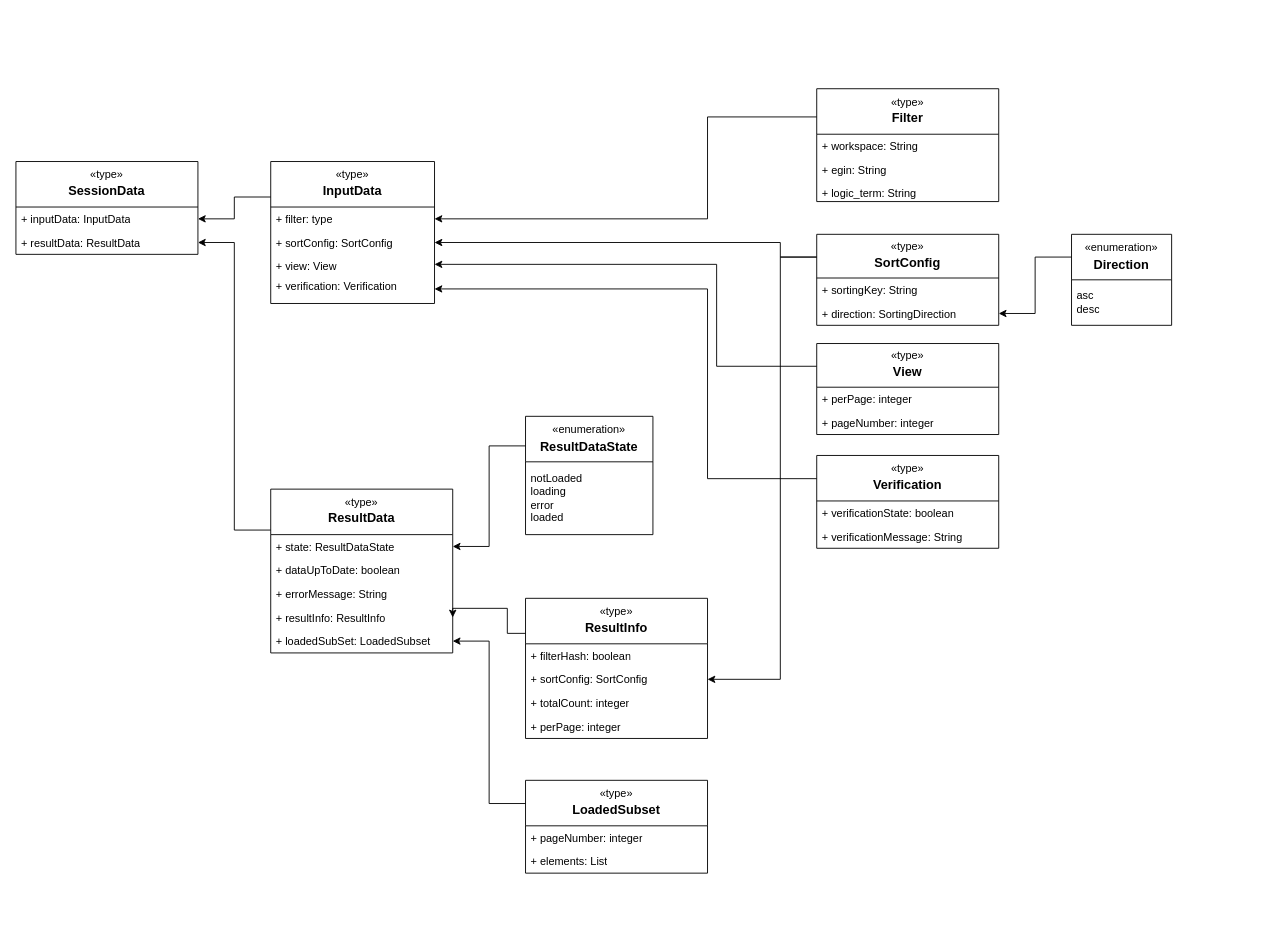
Skouldog/SwissDRG-documentation keeps this draw.io diagram as Dokumentation/frontend/Diagramme/SessionData.drawio. Above is the earlier version. Source tidied: cells renumbered, new cells numbered last; positions are measured from the earlier drawing's top-left corner, leaving out a move shared by most shapes. Both pictures are drawn from the tidied source at 91%, with x=0, y=0 at pixel (15, 88).
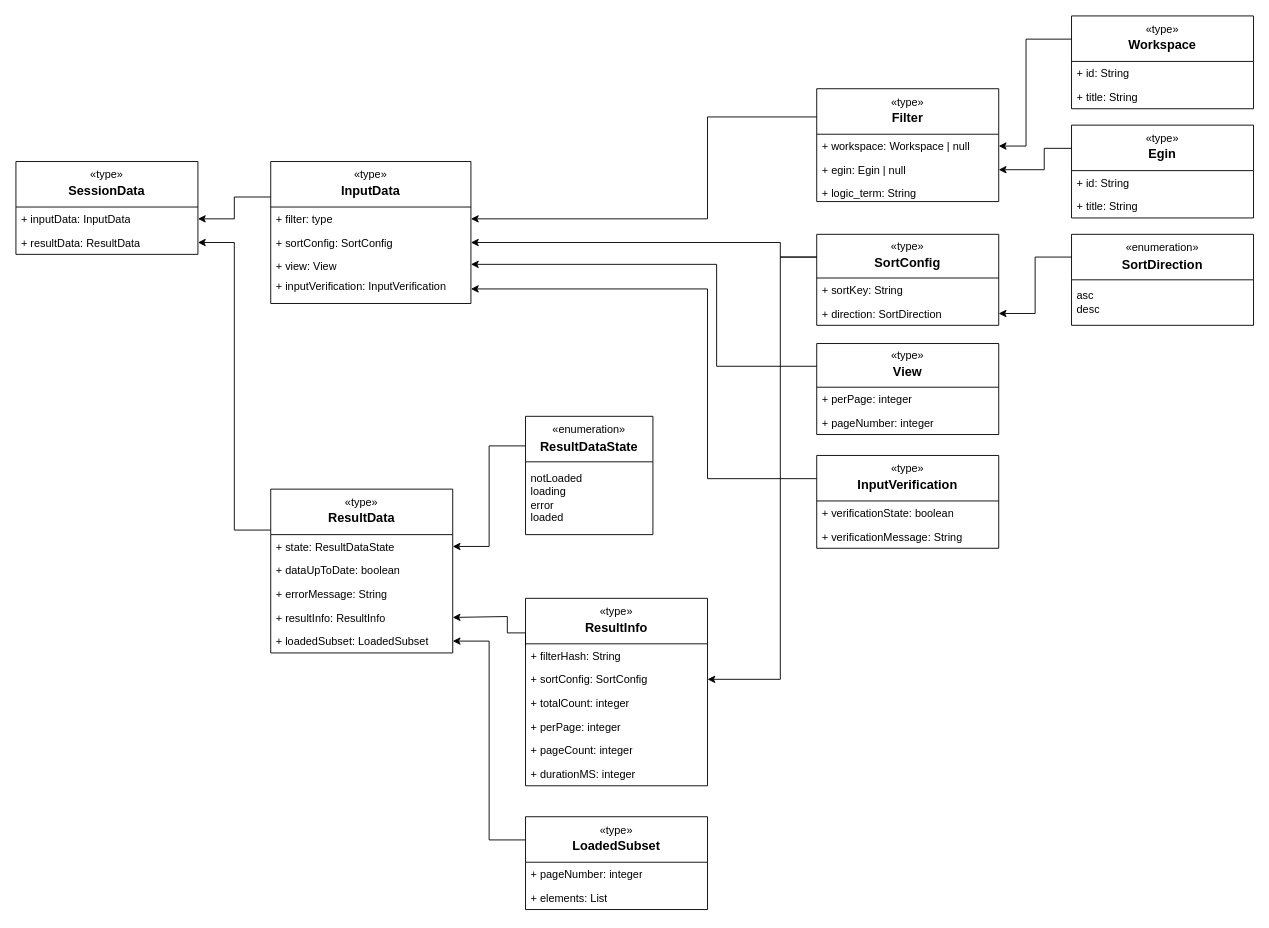
After the change.

Unchanged cells that the change refers to:
```xml
<mxCell id="12" value="«type»&lt;br&gt;&lt;div style=&quot;line-height: 19.200001px;&quot;&gt;&lt;b style=&quot;line-height: 19.200001px;&quot;&gt;&lt;font style=&quot;font-size: 14px;&quot;&gt;ResultData&lt;/font&gt;&lt;/b&gt;&lt;/div&gt;" style="swimlane;fontStyle=0;horizontal=1;startSize=50;fillColor=none;whiteSpace=wrap;html=1;" parent="1" vertex="1">
  <mxGeometry x="280" y="440" width="200" height="180" as="geometry" />
</mxCell>
<mxCell id="16" value="+ resultInfo: ResultInfo" style="text;strokeColor=none;fillColor=none;align=left;verticalAlign=top;spacingLeft=4;spacingRight=4;overflow=hidden;points=[[0,0.5],[1,0.5]];portConstraint=eastwest;whiteSpace=wrap;html=1;" parent="12" vertex="1">
  <mxGeometry y="128" width="200" height="26" as="geometry" />
</mxCell>
<mxCell id="19" value="«type»&lt;br&gt;&lt;div style=&quot;line-height: 19.200001px;&quot;&gt;&lt;b style=&quot;line-height: 19.200001px;&quot;&gt;&lt;font style=&quot;font-size: 14px;&quot;&gt;Filter&lt;/font&gt;&lt;/b&gt;&lt;/div&gt;" style="swimlane;fontStyle=0;horizontal=1;startSize=50;fillColor=none;whiteSpace=wrap;html=1;" parent="1" vertex="1">
  <mxGeometry x="880" width="200" height="124" as="geometry" />
</mxCell>
<mxCell id="25" value="«type»&lt;br&gt;&lt;div style=&quot;line-height: 19.200001px;&quot;&gt;&lt;b style=&quot;line-height: 19.200001px;&quot;&gt;&lt;font style=&quot;font-size: 14px;&quot;&gt;SortConfig&lt;/font&gt;&lt;/b&gt;&lt;/div&gt;" style="swimlane;fontStyle=0;horizontal=1;startSize=48;fillColor=none;whiteSpace=wrap;html=1;" parent="1" vertex="1">
  <mxGeometry x="880" y="160" width="200" height="100" as="geometry" />
</mxCell>
```

Diff of the diagram source:
```diff
@@
     <mxCell id="6" value="«type»&lt;br&gt;&lt;div style=&quot;line-height: 19.200001px;&quot;&gt;&lt;b style=&quot;line-height: 19.200001px;&quot;&gt;&lt;font style=&quot;font-size: 14px;&quot;&gt;InputData&lt;/font&gt;&lt;/b&gt;&lt;/div&gt;" style="swimlane;fontStyle=0;horizontal=1;startSize=50;fillColor=none;whiteSpace=wrap;html=1;" parent="1" vertex="1">
-      <mxGeometry x="280" y="80" width="180" height="156" as="geometry" />
+      <mxGeometry x="280" y="80" width="220" height="156" as="geometry" />
     </mxCell>
     <mxCell id="7" value="+ filter: type" style="text;strokeColor=none;fillColor=none;align=left;verticalAlign=top;spacingLeft=4;spacingRight=4;overflow=hidden;points=[[0,0.5],[1,0.5]];portConstraint=eastwest;whiteSpace=wrap;html=1;" parent="6" vertex="1">
-      <mxGeometry y="50" width="180" height="26" as="geometry" />
+      <mxGeometry y="50" width="220" height="26" as="geometry" />
     </mxCell>
     <mxCell id="8" value="+ sortConfig: SortConfig" style="text;strokeColor=none;fillColor=none;align=left;verticalAlign=top;spacingLeft=4;spacingRight=4;overflow=hidden;points=[[0,0.5],[1,0.5]];portConstraint=eastwest;whiteSpace=wrap;html=1;" parent="6" vertex="1">
-      <mxGeometry y="76" width="180" height="26" as="geometry" />
+      <mxGeometry y="76" width="220" height="26" as="geometry" />
     </mxCell>
     <mxCell id="9" value="+ view: View" style="text;strokeColor=none;fillColor=none;align=left;verticalAlign=top;spacingLeft=4;spacingRight=4;overflow=hidden;points=[[0,0.5],[1,0.5]];portConstraint=eastwest;whiteSpace=wrap;html=1;" parent="6" vertex="1">
-      <mxGeometry y="102" width="180" height="22" as="geometry" />
+      <mxGeometry y="102" width="220" height="22" as="geometry" />
     </mxCell>
-    <mxCell id="10" value="+ verification: Verification" style="text;strokeColor=none;fillColor=none;align=left;verticalAlign=top;spacingLeft=4;spacingRight=4;overflow=hidden;points=[[0,0.5],[1,0.5]];portConstraint=eastwest;whiteSpace=wrap;html=1;" parent="6" vertex="1">
-      <mxGeometry y="124" width="180" height="32" as="geometry" />
-    </mxCell>
+    <mxCell id="52" value="+ inputVerification: InputVerification" style="text;strokeColor=none;fillColor=none;align=left;verticalAlign=top;spacingLeft=4;spacingRight=4;overflow=hidden;points=[[0,0.5],[1,0.5]];portConstraint=eastwest;whiteSpace=wrap;html=1;" parent="6" vertex="1">
+      <mxGeometry y="124" width="220" height="32" as="geometry" />
+    </mxCell>
@@
-    <mxCell id="17" value="+ loadedSubSet: LoadedSubset" style="text;strokeColor=none;fillColor=none;align=left;verticalAlign=top;spacingLeft=4;spacingRight=4;overflow=hidden;points=[[0,0.5],[1,0.5]];portConstraint=eastwest;whiteSpace=wrap;html=1;" parent="12" vertex="1">
-      <mxGeometry y="154" width="200" height="26" as="geometry" />
-    </mxCell>
+    <mxCell id="53" value="+ loadedSubset: LoadedSubset" style="text;strokeColor=none;fillColor=none;align=left;verticalAlign=top;spacingLeft=4;spacingRight=4;overflow=hidden;points=[[0,0.5],[1,0.5]];portConstraint=eastwest;whiteSpace=wrap;html=1;" parent="12" vertex="1">
+      <mxGeometry y="154" width="200" height="26" as="geometry" />
+    </mxCell>
@@
-    <mxCell id="20" value="+ workspace: String" style="text;strokeColor=none;fillColor=none;align=left;verticalAlign=top;spacingLeft=4;spacingRight=4;overflow=hidden;whiteSpace=wrap;html=1;" parent="19" vertex="1">
-      <mxGeometry y="50" width="200" height="26" as="geometry" />
-    </mxCell>
-    <mxCell id="21" value="+ egin: String" style="text;strokeColor=none;fillColor=none;align=left;verticalAlign=top;spacingLeft=4;spacingRight=4;overflow=hidden;whiteSpace=wrap;html=1;" parent="19" vertex="1">
-      <mxGeometry y="76" width="200" height="26" as="geometry" />
-    </mxCell>
+    <mxCell id="54" value="+ workspace: Workspace | null" style="text;strokeColor=none;fillColor=none;align=left;verticalAlign=top;spacingLeft=4;spacingRight=4;overflow=hidden;points=[[0,0.5],[1,0.5]];portConstraint=eastwest;whiteSpace=wrap;html=1;" parent="19" vertex="1">
+      <mxGeometry y="50" width="200" height="26" as="geometry" />
+    </mxCell>
+    <mxCell id="55" value="+ egin: Egin | null" style="text;strokeColor=none;fillColor=none;align=left;verticalAlign=top;spacingLeft=4;spacingRight=4;overflow=hidden;points=[[0,0.5],[1,0.5]];portConstraint=eastwest;whiteSpace=wrap;html=1;" parent="19" vertex="1">
+      <mxGeometry y="76" width="200" height="26" as="geometry" />
+    </mxCell>
@@
-    <mxCell id="26" value="+ sortingKey: String" style="text;strokeColor=none;fillColor=none;align=left;verticalAlign=top;spacingLeft=4;spacingRight=4;overflow=hidden;whiteSpace=wrap;html=1;" parent="25" vertex="1">
-      <mxGeometry y="48" width="200" height="26" as="geometry" />
-    </mxCell>
-    <mxCell id="27" value="+ direction: SortingDirection" style="text;strokeColor=none;fillColor=none;align=left;verticalAlign=top;spacingLeft=4;spacingRight=4;overflow=hidden;points=[[0,0.5],[1,0.5]];portConstraint=eastwest;whiteSpace=wrap;html=1;" parent="25" vertex="1">
-      <mxGeometry y="74" width="200" height="26" as="geometry" />
-    </mxCell>
+    <mxCell id="56" value="+ sortKey: String" style="text;strokeColor=none;fillColor=none;align=left;verticalAlign=top;spacingLeft=4;spacingRight=4;overflow=hidden;whiteSpace=wrap;html=1;" parent="25" vertex="1">
+      <mxGeometry y="48" width="200" height="26" as="geometry" />
+    </mxCell>
+    <mxCell id="57" value="+ direction: SortDirection" style="text;strokeColor=none;fillColor=none;align=left;verticalAlign=top;spacingLeft=4;spacingRight=4;overflow=hidden;points=[[0,0.5],[1,0.5]];portConstraint=eastwest;whiteSpace=wrap;html=1;" parent="25" vertex="1">
+      <mxGeometry y="74" width="200" height="26" as="geometry" />
+    </mxCell>
@@
-    <mxCell id="32" style="edgeStyle=orthogonalEdgeStyle;rounded=0;jettySize=auto;html=1;exitX=0;exitY=0.25;exitDx=0;exitDy=0;" parent="1" edge="1" source="33" target="10">
-      <mxGeometry relative="1" as="geometry">
-        <Array as="points">
-          <mxPoint x="760" y="429" />
-          <mxPoint x="760" y="220" />
-        </Array>
-      </mxGeometry>
-    </mxCell>
-    <mxCell id="33" value="«type»&lt;br&gt;&lt;div style=&quot;line-height: 19.200001px;&quot;&gt;&lt;b style=&quot;line-height: 19.200001px;&quot;&gt;&lt;font style=&quot;font-size: 14px;&quot;&gt;Verification&lt;/font&gt;&lt;/b&gt;&lt;/div&gt;" style="swimlane;fontStyle=0;horizontal=1;startSize=50;fillColor=none;whiteSpace=wrap;html=1;" parent="1" vertex="1">
-      <mxGeometry x="880" y="403" width="200" height="102" as="geometry" />
-    </mxCell>
+    <mxCell id="58" style="edgeStyle=orthogonalEdgeStyle;rounded=0;jettySize=auto;html=1;exitX=0;exitY=0.25;exitDx=0;exitDy=0;" parent="1" edge="1" source="59" target="52">
+      <mxGeometry relative="1" as="geometry">
+        <Array as="points">
+          <mxPoint x="760" y="429" />
+          <mxPoint x="760" y="220" />
+        </Array>
+      </mxGeometry>
+    </mxCell>
+    <mxCell id="59" value="«type»&lt;br&gt;&lt;div style=&quot;line-height: 19.200001px;&quot;&gt;&lt;b style=&quot;line-height: 19.200001px;&quot;&gt;&lt;font style=&quot;font-size: 14px;&quot;&gt;InputVerification&lt;/font&gt;&lt;/b&gt;&lt;/div&gt;" style="swimlane;fontStyle=0;horizontal=1;startSize=50;fillColor=none;whiteSpace=wrap;html=1;" parent="1" vertex="1">
+      <mxGeometry x="880" y="403" width="200" height="102" as="geometry" />
+    </mxCell>
-    <mxCell id="34" value="+ verificationState: boolean" style="text;strokeColor=none;fillColor=none;align=left;verticalAlign=top;spacingLeft=4;spacingRight=4;overflow=hidden;whiteSpace=wrap;html=1;" parent="33" vertex="1">
+    <mxCell id="34" value="+ verificationState: boolean" style="text;strokeColor=none;fillColor=none;align=left;verticalAlign=top;spacingLeft=4;spacingRight=4;overflow=hidden;whiteSpace=wrap;html=1;" parent="59" vertex="1">
       <mxGeometry y="50" width="200" height="26" as="geometry" />
     </mxCell>
-    <mxCell id="35" value="+ verificationMessage: String" style="text;strokeColor=none;fillColor=none;align=left;verticalAlign=top;spacingLeft=4;spacingRight=4;overflow=hidden;whiteSpace=wrap;html=1;" parent="33" vertex="1">
+    <mxCell id="35" value="+ verificationMessage: String" style="text;strokeColor=none;fillColor=none;align=left;verticalAlign=top;spacingLeft=4;spacingRight=4;overflow=hidden;whiteSpace=wrap;html=1;" parent="59" vertex="1">
       <mxGeometry y="76" width="200" height="26" as="geometry" />
     </mxCell>
-    <mxCell id="36" style="edgeStyle=orthogonalEdgeStyle;rounded=0;jettySize=auto;html=1;exitX=0;exitY=0.25;exitDx=0;exitDy=0;entryX=1;entryY=0.5;entryDx=0;entryDy=0;" parent="1" edge="1" source="37" target="27">
-      <mxGeometry relative="1" as="geometry" />
-    </mxCell>
-    <mxCell id="37" value="&lt;div style=&quot;line-height: 160%;&quot;&gt;«enumeration»&lt;br&gt;&lt;div style=&quot;line-height: 160%;&quot;&gt;&lt;b style=&quot;line-height: 160%;&quot;&gt;&lt;font style=&quot;font-size: 14px;&quot;&gt;Direction&lt;/font&gt;&lt;/b&gt;&lt;/div&gt;&lt;/div&gt;" style="swimlane;fontStyle=0;horizontal=1;startSize=50;fillColor=none;whiteSpace=wrap;html=1;" parent="1" vertex="1">
-      <mxGeometry x="1160" y="160" width="110" height="100" as="geometry" />
-    </mxCell>
+    <mxCell id="60" style="edgeStyle=orthogonalEdgeStyle;rounded=0;jettySize=auto;html=1;exitX=0;exitY=0.25;exitDx=0;exitDy=0;entryX=1;entryY=0.5;entryDx=0;entryDy=0;" parent="1" edge="1" source="61" target="57">
+      <mxGeometry relative="1" as="geometry" />
+    </mxCell>
+    <mxCell id="61" value="&lt;div style=&quot;line-height: 160%;&quot;&gt;«enumeration»&lt;br&gt;&lt;div style=&quot;line-height: 160%;&quot;&gt;&lt;b style=&quot;line-height: 160%;&quot;&gt;&lt;font style=&quot;font-size: 14px;&quot;&gt;SortDirection&lt;/font&gt;&lt;/b&gt;&lt;/div&gt;&lt;/div&gt;" style="swimlane;fontStyle=0;horizontal=1;startSize=50;fillColor=none;whiteSpace=wrap;html=1;" parent="1" vertex="1">
+      <mxGeometry x="1160" y="160" width="200" height="100" as="geometry" />
+    </mxCell>
-    <mxCell id="38" value="asc&lt;div&gt;desc&lt;/div&gt;" style="text;strokeColor=none;fillColor=none;align=left;verticalAlign=middle;spacingLeft=4;spacingRight=4;overflow=hidden;whiteSpace=wrap;html=1;" parent="37" vertex="1">
-      <mxGeometry y="50" width="110" height="50" as="geometry" />
+    <mxCell id="38" value="asc&lt;div&gt;desc&lt;/div&gt;" style="text;strokeColor=none;fillColor=none;align=left;verticalAlign=middle;spacingLeft=4;spacingRight=4;overflow=hidden;whiteSpace=wrap;html=1;" parent="61" vertex="1">
+      <mxGeometry y="50" width="200" height="50" as="geometry" />
     </mxCell>
@@
     <mxCell id="42" style="edgeStyle=orthogonalEdgeStyle;rounded=0;jettySize=auto;html=1;exitX=0;exitY=0.25;exitDx=0;exitDy=0;entryX=1;entryY=0.5;entryDx=0;entryDy=0;" parent="1" edge="1" source="43" target="16">
       <mxGeometry relative="1" as="geometry">
         <Array as="points">
           <mxPoint x="540" y="598" />
-          <mxPoint x="540" y="571" />
+          <mxPoint x="540" y="580" />
+          <mxPoint x="480" y="580" />
         </Array>
       </mxGeometry>
     </mxCell>
     <mxCell id="43" value="«type»&lt;br&gt;&lt;div style=&quot;line-height: 19.200001px;&quot;&gt;&lt;b style=&quot;line-height: 19.200001px;&quot;&gt;&lt;font style=&quot;font-size: 14px;&quot;&gt;ResultInfo&lt;/font&gt;&lt;/b&gt;&lt;/div&gt;" style="swimlane;fontStyle=0;horizontal=1;startSize=50;fillColor=none;whiteSpace=wrap;html=1;" parent="1" vertex="1">
-      <mxGeometry x="560" y="560" width="200" height="154" as="geometry" />
+      <mxGeometry x="560" y="560" width="200" height="206" as="geometry" />
     </mxCell>
-    <mxCell id="44" value="+ filterHash: boolean" style="text;strokeColor=none;fillColor=none;align=left;verticalAlign=top;spacingLeft=4;spacingRight=4;overflow=hidden;whiteSpace=wrap;html=1;" parent="43" vertex="1">
-      <mxGeometry y="50" width="200" height="26" as="geometry" />
-    </mxCell>
+    <mxCell id="62" value="+ filterHash: String" style="text;strokeColor=none;fillColor=none;align=left;verticalAlign=top;spacingLeft=4;spacingRight=4;overflow=hidden;whiteSpace=wrap;html=1;" parent="43" vertex="1">
+      <mxGeometry y="50" width="200" height="26" as="geometry" />
+    </mxCell>
@@
-    <mxCell id="48" style="edgeStyle=orthogonalEdgeStyle;rounded=0;jettySize=auto;html=1;exitX=0;exitY=0.25;exitDx=0;exitDy=0;" parent="1" edge="1" source="49" target="17">
-      <mxGeometry relative="1" as="geometry" />
-    </mxCell>
+    <mxCell id="63" value="+ pageCount: integer" style="text;strokeColor=none;fillColor=none;align=left;verticalAlign=top;spacingLeft=4;spacingRight=4;overflow=hidden;whiteSpace=wrap;html=1;" parent="43" vertex="1">
+      <mxGeometry y="154" width="200" height="26" as="geometry" />
+    </mxCell>
+    <mxCell id="64" value="+ durationMS: integer" style="text;strokeColor=none;fillColor=none;align=left;verticalAlign=top;spacingLeft=4;spacingRight=4;overflow=hidden;whiteSpace=wrap;html=1;" parent="43" vertex="1">
+      <mxGeometry y="180" width="200" height="26" as="geometry" />
+    </mxCell>
+    <mxCell id="65" style="edgeStyle=orthogonalEdgeStyle;rounded=0;jettySize=auto;html=1;exitX=0;exitY=0.25;exitDx=0;exitDy=0;" parent="1" edge="1" source="49" target="53">
+      <mxGeometry relative="1" as="geometry" />
+    </mxCell>
     <mxCell id="49" value="«type»&lt;br&gt;&lt;div style=&quot;line-height: 19.200001px;&quot;&gt;&lt;span style=&quot;text-align: left;&quot;&gt;&lt;font style=&quot;font-size: 14px;&quot;&gt;&lt;b&gt;LoadedSubset&lt;/b&gt;&lt;/font&gt;&lt;/span&gt;&lt;br&gt;&lt;/div&gt;" style="swimlane;fontStyle=0;horizontal=1;startSize=50;fillColor=none;whiteSpace=wrap;html=1;" parent="1" vertex="1">
-      <mxGeometry x="560" y="760" width="200" height="102" as="geometry" />
+      <mxGeometry x="560" y="800" width="200" height="102" as="geometry" />
     </mxCell>
@@
+    <mxCell id="66" style="edgeStyle=orthogonalEdgeStyle;rounded=0;jettySize=auto;html=1;exitX=0;exitY=0.25;exitDx=0;exitDy=0;" parent="1" edge="1" source="67" target="54">
+      <mxGeometry relative="1" as="geometry">
+        <Array as="points">
+          <mxPoint x="1110" y="-55" />
+          <mxPoint x="1110" y="63" />
+        </Array>
+      </mxGeometry>
+    </mxCell>
+    <mxCell id="67" value="«type»&lt;br&gt;&lt;div style=&quot;line-height: 19.200001px;&quot;&gt;&lt;b style=&quot;line-height: 19.200001px;&quot;&gt;&lt;font style=&quot;font-size: 14px;&quot;&gt;Workspace&lt;/font&gt;&lt;/b&gt;&lt;/div&gt;" style="swimlane;fontStyle=0;horizontal=1;startSize=50;fillColor=none;whiteSpace=wrap;html=1;" parent="1" vertex="1">
+      <mxGeometry x="1160" y="-80" width="200" height="102" as="geometry" />
+    </mxCell>
+    <mxCell id="68" value="+ id: String" style="text;strokeColor=none;fillColor=none;align=left;verticalAlign=top;spacingLeft=4;spacingRight=4;overflow=hidden;whiteSpace=wrap;html=1;" parent="67" vertex="1">
+      <mxGeometry y="50" width="200" height="26" as="geometry" />
+    </mxCell>
+    <mxCell id="69" value="+ title: String" style="text;strokeColor=none;fillColor=none;align=left;verticalAlign=top;spacingLeft=4;spacingRight=4;overflow=hidden;whiteSpace=wrap;html=1;" parent="67" vertex="1">
+      <mxGeometry y="76" width="200" height="26" as="geometry" />
+    </mxCell>
+    <mxCell id="70" style="edgeStyle=orthogonalEdgeStyle;rounded=0;jettySize=auto;html=1;exitX=0;exitY=0.25;exitDx=0;exitDy=0;" parent="1" edge="1" source="71" target="55">
+      <mxGeometry relative="1" as="geometry">
+        <Array as="points">
+          <mxPoint x="1130" y="65" />
+          <mxPoint x="1130" y="89" />
+        </Array>
+      </mxGeometry>
+    </mxCell>
+    <mxCell id="71" value="«type»&lt;br&gt;&lt;div style=&quot;line-height: 19.200001px;&quot;&gt;&lt;b style=&quot;line-height: 19.200001px;&quot;&gt;&lt;font style=&quot;font-size: 14px;&quot;&gt;Egin&lt;/font&gt;&lt;/b&gt;&lt;/div&gt;" style="swimlane;fontStyle=0;horizontal=1;startSize=50;fillColor=none;whiteSpace=wrap;html=1;" parent="1" vertex="1">
+      <mxGeometry x="1160" y="40" width="200" height="102" as="geometry" />
+    </mxCell>
+    <mxCell id="72" value="+ id: String" style="text;strokeColor=none;fillColor=none;align=left;verticalAlign=top;spacingLeft=4;spacingRight=4;overflow=hidden;whiteSpace=wrap;html=1;" parent="71" vertex="1">
+      <mxGeometry y="50" width="200" height="26" as="geometry" />
+    </mxCell>
+    <mxCell id="73" value="+ title: String" style="text;strokeColor=none;fillColor=none;align=left;verticalAlign=top;spacingLeft=4;spacingRight=4;overflow=hidden;whiteSpace=wrap;html=1;" parent="71" vertex="1">
+      <mxGeometry y="76" width="200" height="26" as="geometry" />
+    </mxCell>
```
